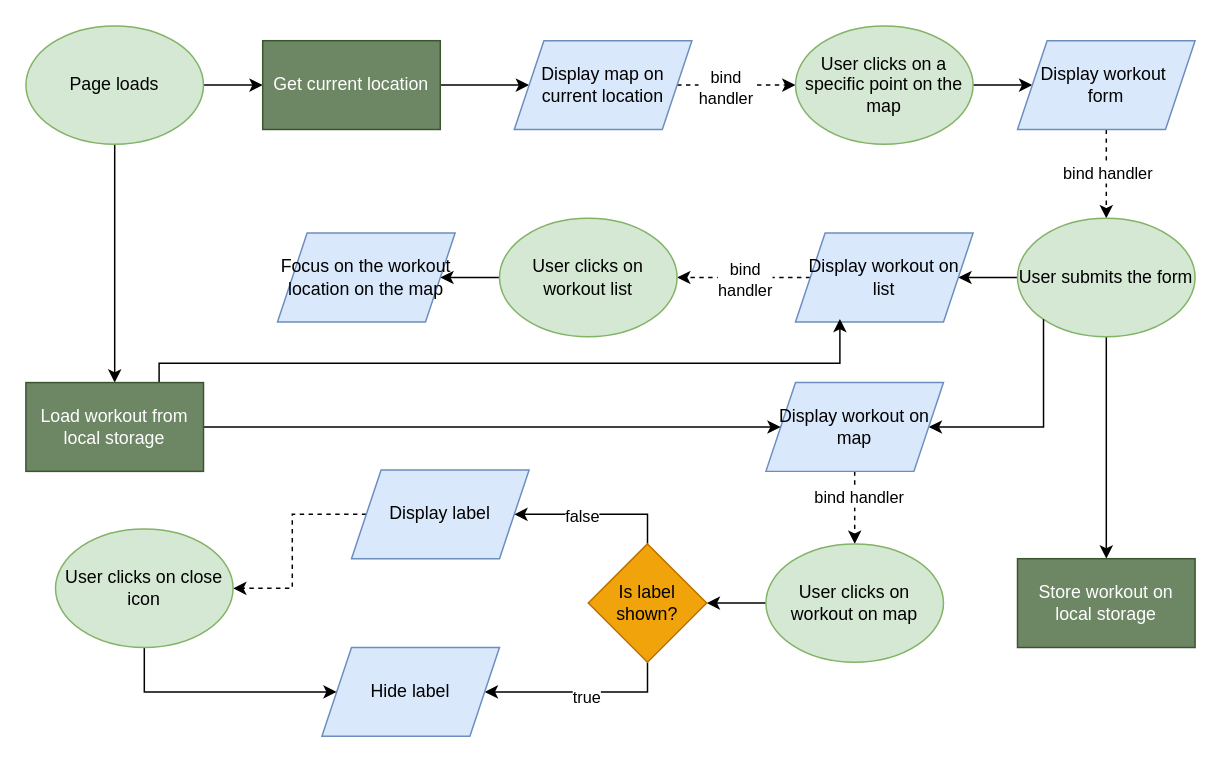
The draw.io diagram Untitled Diagram.drawio in HagarRagab/Mapty, before the edit. Source tidied: cells renumbered, new cells numbered last; positions are measured from the earlier drawing's top-left corner, leaving out a move shared by most shapes. Both pictures are drawn from the tidied source at 148%, with x=0, y=0 at pixel (25, 25).
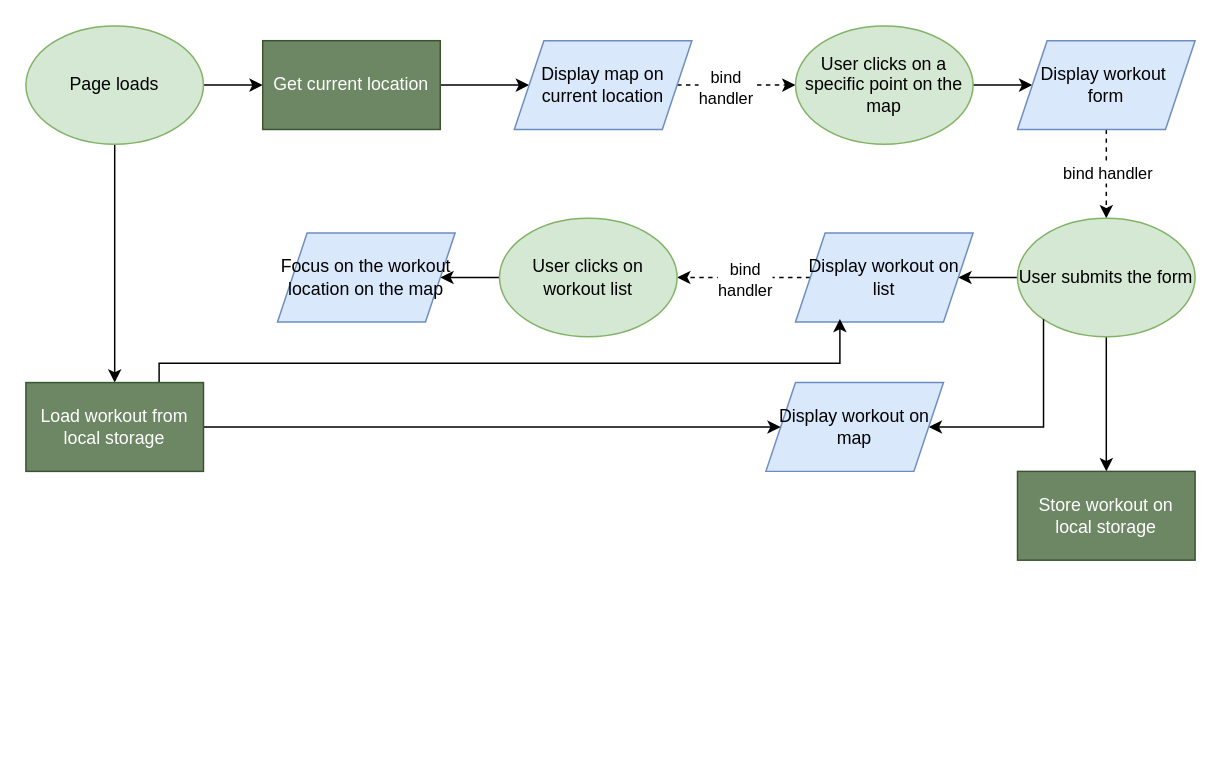
After the change.

The change refers to these unchanged cells:
```xml
<mxCell id="27" value="Display workout on map" style="shape=parallelogram;perimeter=parallelogramPerimeter;whiteSpace=wrap;html=1;fixedSize=1;fillColor=#dae8fc;strokeColor=#6c8ebf;" parent="1" vertex="1">
  <mxGeometry x="500" y="241" width="120" height="60" as="geometry" />
</mxCell>
```

The edit, as a diff of the source:
```diff
@@
-    <mxCell id="25" style="edgeStyle=orthogonalEdgeStyle;rounded=0;jettySize=auto;html=1;entryX=0.5;entryY=0;entryDx=0;entryDy=0;dashed=1;" parent="1" edge="1" source="27" target="33">
-      <mxGeometry relative="1" as="geometry" />
-    </mxCell>
-    <mxCell id="26" value="bind handler" style="edgeLabel;html=1;align=center;verticalAlign=middle;" parent="25" vertex="1">
-      <mxGeometry x="-0.29" y="2" relative="1" as="geometry" />
-    </mxCell>
@@
     <mxCell id="28" value="Store workout on local storage" style="whiteSpace=wrap;html=1;fillColor=#6d8764;fontColor=#ffffff;strokeColor=#3A5431;" parent="1" vertex="1">
-      <mxGeometry x="670" y="360" width="120" height="60" as="geometry" />
+      <mxGeometry x="670" y="301" width="120" height="60" as="geometry" />
     </mxCell>
@@
-    <mxCell id="32" style="edgeStyle=orthogonalEdgeStyle;rounded=0;jettySize=auto;html=1;" parent="1" edge="1" source="33" target="38">
-      <mxGeometry relative="1" as="geometry" />
-    </mxCell>
-    <mxCell id="33" value="User clicks on workout on map" style="ellipse;whiteSpace=wrap;html=1;fillColor=#d5e8d4;strokeColor=#82b366;" parent="1" vertex="1">
-      <mxGeometry x="500" y="350" width="120" height="80" as="geometry" />
-    </mxCell>
-    <mxCell id="34" style="edgeStyle=orthogonalEdgeStyle;rounded=0;jettySize=auto;html=1;exitX=0.5;exitY=0;exitDx=0;exitDy=0;entryX=1;entryY=0.5;entryDx=0;entryDy=0;" parent="1" edge="1" source="38" target="40">
-      <mxGeometry relative="1" as="geometry" />
-    </mxCell>
-    <mxCell id="35" value="false" style="edgeLabel;html=1;align=center;verticalAlign=middle;" parent="34" vertex="1">
-      <mxGeometry x="0.19" y="1" relative="1" as="geometry" />
-    </mxCell>
-    <mxCell id="36" style="edgeStyle=orthogonalEdgeStyle;rounded=0;jettySize=auto;html=1;exitX=0.5;exitY=1;exitDx=0;exitDy=0;entryX=1;entryY=0.5;entryDx=0;entryDy=0;" parent="1" edge="1" source="38" target="41">
-      <mxGeometry relative="1" as="geometry" />
-    </mxCell>
-    <mxCell id="37" value="true" style="edgeLabel;html=1;align=center;verticalAlign=middle;" parent="36" vertex="1">
-      <mxGeometry x="-0.04" y="3" relative="1" as="geometry" />
-    </mxCell>
-    <mxCell id="38" value="Is label shown?" style="rhombus;whiteSpace=wrap;html=1;fillColor=#f0a30a;fontColor=#000000;strokeColor=#BD7000;" parent="1" vertex="1">
-      <mxGeometry x="380" y="350" width="80" height="80" as="geometry" />
-    </mxCell>
-    <mxCell id="39" style="edgeStyle=orthogonalEdgeStyle;rounded=0;jettySize=auto;html=1;exitX=0;exitY=0.5;exitDx=0;exitDy=0;entryX=1;entryY=0.5;entryDx=0;entryDy=0;dashed=1;" parent="1" edge="1" source="40" target="43">
-      <mxGeometry relative="1" as="geometry" />
-    </mxCell>
-    <mxCell id="40" value="Display label" style="shape=parallelogram;perimeter=parallelogramPerimeter;whiteSpace=wrap;html=1;fixedSize=1;fillColor=#dae8fc;strokeColor=#6c8ebf;" parent="1" vertex="1">
-      <mxGeometry x="220" y="300" width="120" height="60" as="geometry" />
-    </mxCell>
-    <mxCell id="41" value="Hide label" style="shape=parallelogram;perimeter=parallelogramPerimeter;whiteSpace=wrap;html=1;fixedSize=1;fillColor=#dae8fc;strokeColor=#6c8ebf;" parent="1" vertex="1">
-      <mxGeometry x="200" y="420" width="120" height="60" as="geometry" />
-    </mxCell>
-    <mxCell id="42" style="edgeStyle=orthogonalEdgeStyle;rounded=0;jettySize=auto;html=1;exitX=0.5;exitY=1;exitDx=0;exitDy=0;" parent="1" edge="1" source="43" target="41">
-      <mxGeometry relative="1" as="geometry">
-        <Array as="points">
-          <mxPoint x="80" y="450" />
-        </Array>
-      </mxGeometry>
-    </mxCell>
-    <mxCell id="43" value="User clicks on close icon" style="ellipse;whiteSpace=wrap;html=1;fillColor=#d5e8d4;strokeColor=#82b366;" parent="1" vertex="1">
-      <mxGeometry x="20" y="340" width="120" height="80" as="geometry" />
-    </mxCell>
```
